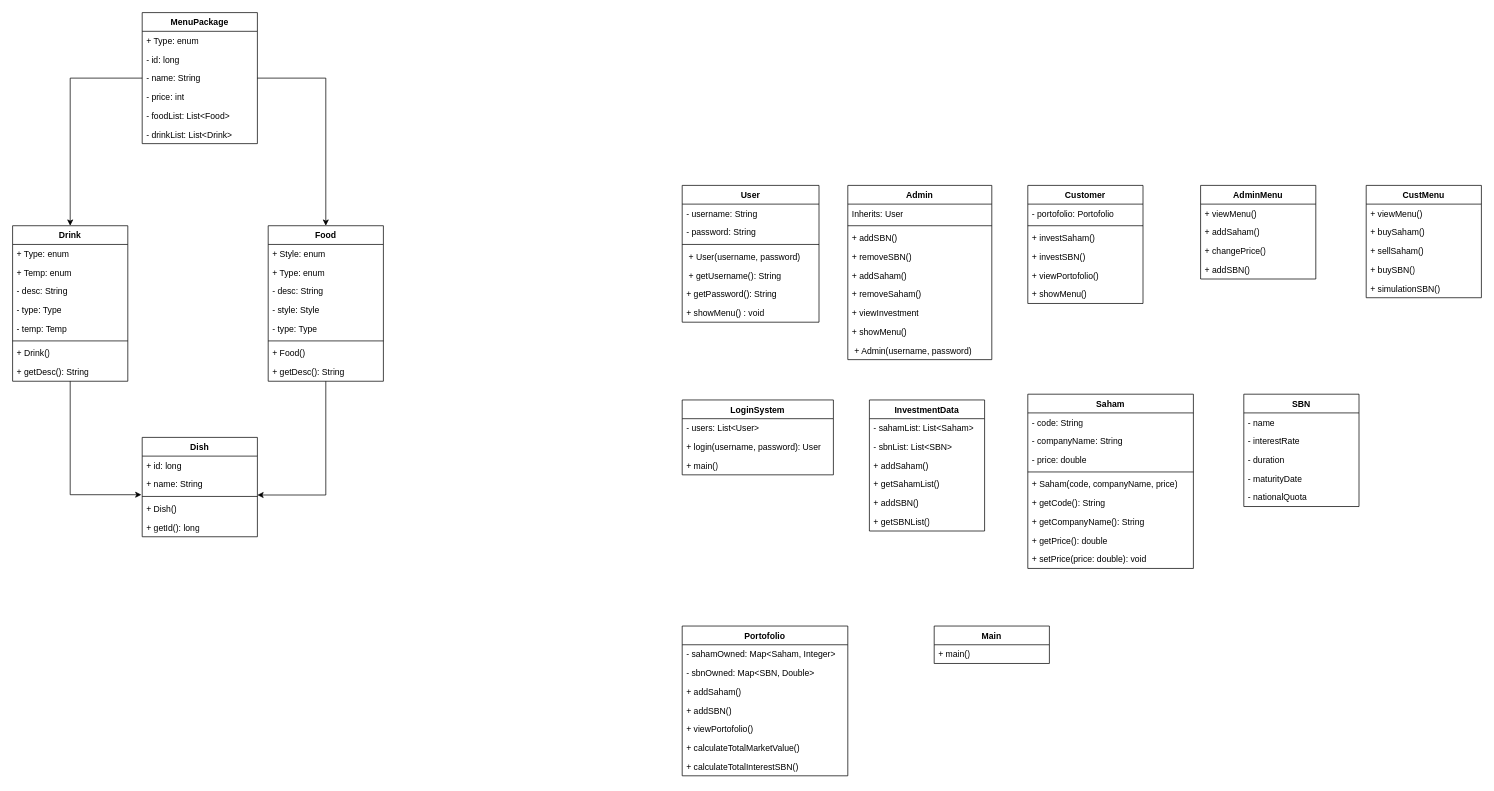
elikawicaksana/BuildIT_BasisData keeps this draw.io diagram as page "ERD" (1 of 2) of PBO_UMLInvestasiSaham.drawio. Above is the earlier version. Source tidied: cells renumbered, new cells numbered last; positions are measured from the earlier drawing's top-left corner, leaving out a move shared by most shapes. Both pictures are drawn from the tidied source at 72%, with x=0, y=0 at pixel (12, 12).
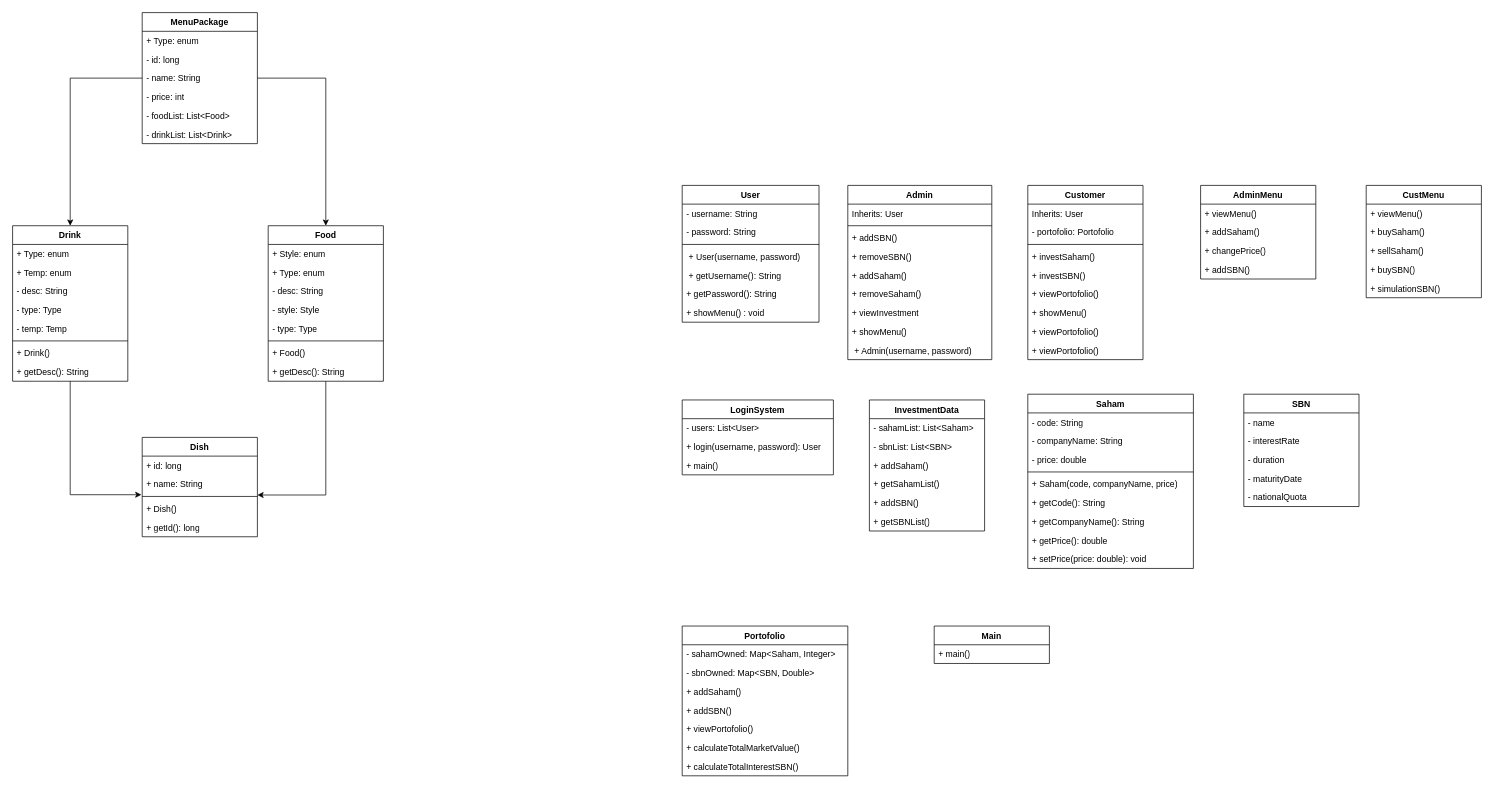
The same diagram, later.

The edit, as a diff of the source:
```diff
@@
     <mxCell id="76" value="Customer" style="swimlane;fontStyle=1;align=center;verticalAlign=top;horizontal=1;startSize=26;whiteSpace=wrap;html=1;" parent="1" vertex="1">
-      <mxGeometry x="1410" y="240" width="160" height="164" as="geometry" />
+      <mxGeometry x="1410" y="240" width="160" height="242" as="geometry" />
     </mxCell>
-    <mxCell id="77" value="- portofolio: Portofolio" style="text;strokeColor=none;fillColor=none;align=left;verticalAlign=top;spacingLeft=4;spacingRight=4;overflow=hidden;whiteSpace=wrap;html=1;" parent="76" vertex="1">
+    <mxCell id="77" value="Inherits: User" style="text;strokeColor=none;fillColor=none;align=left;verticalAlign=top;spacingLeft=4;spacingRight=4;overflow=hidden;whiteSpace=wrap;html=1;" parent="76" vertex="1">
       <mxGeometry y="26" width="160" height="26" as="geometry" />
     </mxCell>
+    <mxCell id="110" value="- portofolio: Portofolio" style="text;strokeColor=none;fillColor=none;align=left;verticalAlign=top;spacingLeft=4;spacingRight=4;overflow=hidden;whiteSpace=wrap;html=1;" parent="76" vertex="1">
+      <mxGeometry y="52" width="160" height="26" as="geometry" />
+    </mxCell>
     <mxCell id="78" style="line;strokeWidth=1;fillColor=none;align=left;verticalAlign=middle;spacingTop=-1;spacingLeft=3;spacingRight=3;labelPosition=right;strokeColor=inherit;" parent="76" vertex="1">
-      <mxGeometry y="52" width="160" height="8" as="geometry" />
+      <mxGeometry y="78" width="160" height="8" as="geometry" />
     </mxCell>
     <mxCell id="79" value="+ investSaham()" style="text;strokeColor=none;fillColor=none;align=left;verticalAlign=top;spacingLeft=4;spacingRight=4;overflow=hidden;whiteSpace=wrap;html=1;" parent="76" vertex="1">
-      <mxGeometry y="60" width="160" height="26" as="geometry" />
+      <mxGeometry y="86" width="160" height="26" as="geometry" />
     </mxCell>
     <mxCell id="80" value="+ investSBN()" style="text;strokeColor=none;fillColor=none;align=left;verticalAlign=top;spacingLeft=4;spacingRight=4;overflow=hidden;whiteSpace=wrap;html=1;" parent="76" vertex="1">
-      <mxGeometry y="86" width="160" height="26" as="geometry" />
+      <mxGeometry y="112" width="160" height="26" as="geometry" />
     </mxCell>
     <mxCell id="81" value="+ viewPortofolio()" style="text;strokeColor=none;fillColor=none;align=left;verticalAlign=top;spacingLeft=4;spacingRight=4;overflow=hidden;whiteSpace=wrap;html=1;" parent="76" vertex="1">
-      <mxGeometry y="112" width="160" height="26" as="geometry" />
+      <mxGeometry y="138" width="160" height="26" as="geometry" />
     </mxCell>
     <mxCell id="82" value="+ showMenu()" style="text;strokeColor=none;fillColor=none;align=left;verticalAlign=top;spacingLeft=4;spacingRight=4;overflow=hidden;whiteSpace=wrap;html=1;" parent="76" vertex="1">
-      <mxGeometry y="138" width="160" height="26" as="geometry" />
+      <mxGeometry y="164" width="160" height="26" as="geometry" />
     </mxCell>
+    <mxCell id="111" value="+ viewPortofolio()" style="text;strokeColor=none;fillColor=none;align=left;verticalAlign=top;spacingLeft=4;spacingRight=4;overflow=hidden;whiteSpace=wrap;html=1;" parent="76" vertex="1">
+      <mxGeometry y="190" width="160" height="26" as="geometry" />
+    </mxCell>
+    <mxCell id="112" value="+ viewPortofolio()" style="text;strokeColor=none;fillColor=none;align=left;verticalAlign=top;spacingLeft=4;spacingRight=4;overflow=hidden;whiteSpace=wrap;html=1;" parent="76" vertex="1">
+      <mxGeometry y="216" width="160" height="26" as="geometry" />
+    </mxCell>
```
